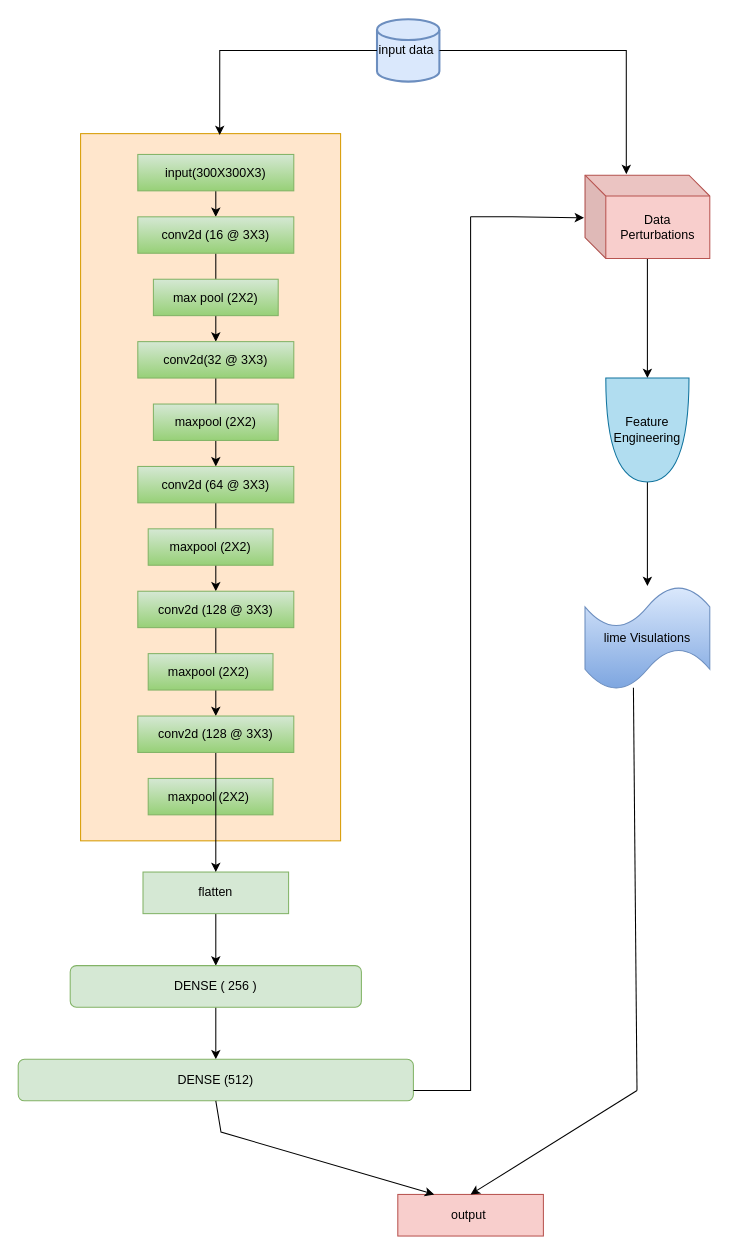
Earlier version of the draw.io diagram Untitled Diagram.drawio (gopivarri-369y/pneumonia-detection-using-CNN-and-explainable-ai). Source tidied: cells renumbered, new cells numbered last; positions are measured from the earlier drawing's top-left corner, leaving out a move shared by most shapes. Both pictures are drawn from the tidied source at 104%, with x=0, y=0 at pixel (18, 19).
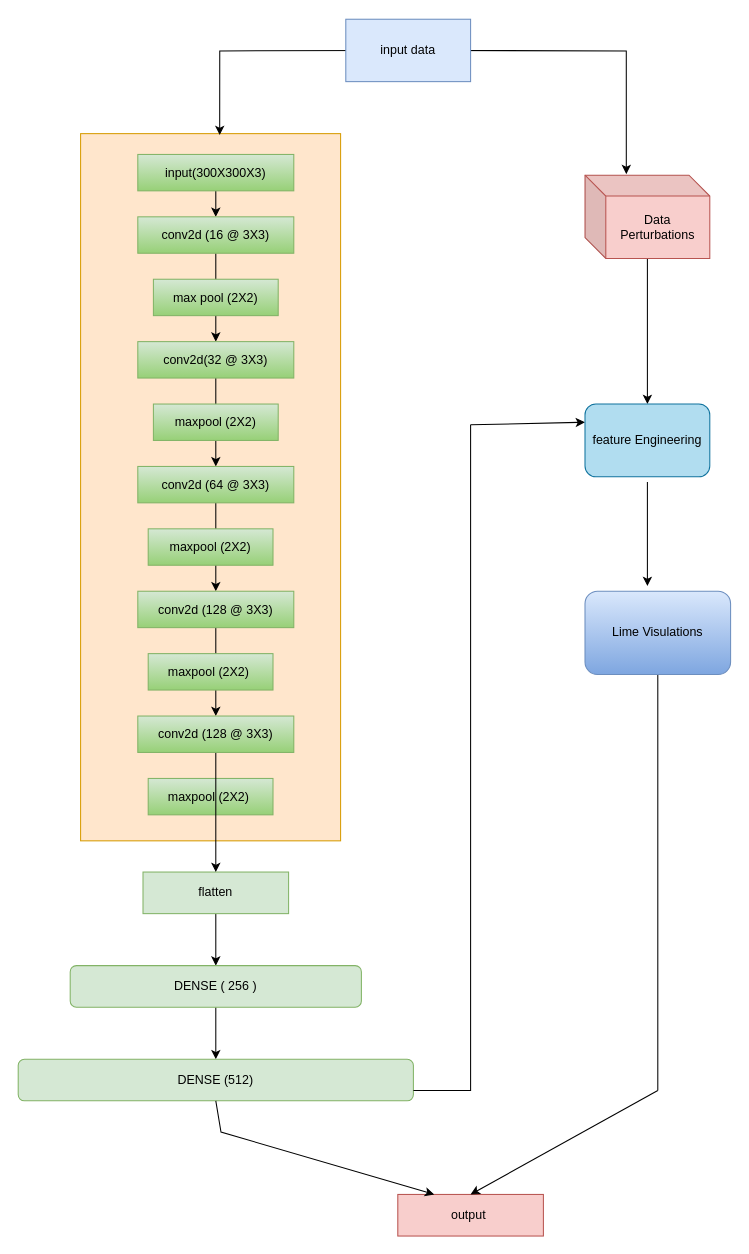
The same diagram, later.

The change refers to these unchanged cells:
```xml
<mxCell id="2" style="rounded=0;whiteSpace=wrap;html=1;fillColor=#ffe6cc;strokeColor=#d79b00;" parent="1" vertex="1">
  <mxGeometry x="60" y="110" width="250" height="680" as="geometry" />
</mxCell>
<mxCell id="23" value="output&amp;nbsp;" style="rounded=0;whiteSpace=wrap;html=1;fillColor=#f8cecc;strokeColor=#b85450;" parent="1" vertex="1">
  <mxGeometry x="365" y="1130" width="140" height="40" as="geometry" />
</mxCell>
<mxCell id="27" value="Data Perturbations" style="shape=cube;whiteSpace=wrap;html=1;boundedLbl=1;backgroundOutline=1;darkOpacity=0.05;darkOpacity2=0.1;fillColor=#f8cecc;strokeColor=#b85450;" parent="1" vertex="1">
  <mxGeometry x="545" y="150" width="120" height="80" as="geometry" />
</mxCell>
```

What changed in the source:
```diff
@@
-    <mxCell id="26" style="edgeStyle=orthogonalEdgeStyle;rounded=0;jettySize=auto;html=1;" parent="1" edge="1" source="27" target="31">
+    <mxCell id="26" style="edgeStyle=orthogonalEdgeStyle;rounded=0;jettySize=auto;html=1;entryX=0.5;entryY=0;entryDx=0;entryDy=0;" parent="1" edge="1" source="27" target="39">
       <mxGeometry relative="1" as="geometry" />
     </mxCell>
@@
-    <mxCell id="28" value="input data&amp;nbsp;" style="strokeWidth=2;html=1;shape=mxgraph.flowchart.database;whiteSpace=wrap;fillColor=#dae8fc;strokeColor=#6c8ebf;" parent="1" vertex="1">
-      <mxGeometry x="345" width="60" height="60" as="geometry" />
-    </mxCell>
-    <mxCell id="29" style="edgeStyle=orthogonalEdgeStyle;rounded=0;jettySize=auto;html=1;exitX=0;exitY=0.5;exitDx=0;exitDy=0;exitPerimeter=0;entryX=0.535;entryY=0.002;entryDx=0;entryDy=0;entryPerimeter=0;" parent="1" edge="1" source="28" target="2">
-      <mxGeometry relative="1" as="geometry" />
+    <mxCell id="29" style="edgeStyle=orthogonalEdgeStyle;rounded=0;jettySize=auto;html=1;exitX=0;exitY=0.5;exitDx=0;exitDy=0;exitPerimeter=0;entryX=0.535;entryY=0.002;entryDx=0;entryDy=0;entryPerimeter=0;" parent="1" edge="1" target="2">
+      <mxGeometry relative="1" as="geometry">
+        <mxPoint x="345" y="30" as="sourcePoint" />
+      </mxGeometry>
     </mxCell>
-    <mxCell id="30" style="edgeStyle=orthogonalEdgeStyle;rounded=0;jettySize=auto;html=1;" parent="1" edge="1" source="31" target="32">
-      <mxGeometry relative="1" as="geometry" />
+    <mxCell id="30" style="edgeStyle=orthogonalEdgeStyle;rounded=0;orthogonalLoop=1;jettySize=auto;html=1;" parent="1" edge="1">
+      <mxGeometry relative="1" as="geometry">
+        <mxPoint x="605" y="445" as="sourcePoint" />
+        <mxPoint x="605" y="545" as="targetPoint" />
+      </mxGeometry>
     </mxCell>
-    <mxCell id="31" value="Feature Engineering" style="shape=or;whiteSpace=wrap;html=1;fillColor=#b1ddf0;strokeColor=#10739e;direction=south;" parent="1" vertex="1">
-      <mxGeometry x="565" y="345" width="80" height="100" as="geometry" />
-    </mxCell>
-    <mxCell id="32" value="lime Visulations" style="shape=tape;whiteSpace=wrap;html=1;fillColor=#dae8fc;gradientColor=#7ea6e0;strokeColor=#6c8ebf;" parent="1" vertex="1">
-      <mxGeometry x="545" y="545" width="120" height="100" as="geometry" />
-    </mxCell>
-    <mxCell id="33" style="edgeStyle=orthogonalEdgeStyle;rounded=0;jettySize=auto;html=1;exitX=1;exitY=0.5;exitDx=0;exitDy=0;exitPerimeter=0;entryX=0.331;entryY=-0.013;entryDx=0;entryDy=0;entryPerimeter=0;" parent="1" edge="1" source="28" target="27">
-      <mxGeometry relative="1" as="geometry" />
+    <mxCell id="33" style="edgeStyle=orthogonalEdgeStyle;rounded=0;jettySize=auto;html=1;exitX=1;exitY=0.5;exitDx=0;exitDy=0;exitPerimeter=0;entryX=0.331;entryY=-0.013;entryDx=0;entryDy=0;entryPerimeter=0;" parent="1" edge="1" target="27">
+      <mxGeometry relative="1" as="geometry">
+        <mxPoint x="405" y="30" as="sourcePoint" />
+      </mxGeometry>
     </mxCell>
     <mxCell id="34" style="endArrow=none;html=1;rounded=0;" parent="1" edge="1">
       <mxGeometry relative="1" as="geometry">
         <mxPoint x="380" y="1030" as="sourcePoint" />
-        <mxPoint x="435" y="190" as="targetPoint" />
+        <mxPoint x="435" y="390" as="targetPoint" />
         <Array as="points">
           <mxPoint x="435" y="1030" />
         </Array>
       </mxGeometry>
     </mxCell>
-    <mxCell id="35" style="endArrow=classic;html=1;rounded=0;entryX=-0.008;entryY=0.511;entryDx=0;entryDy=0;entryPerimeter=0;" parent="1" edge="1" target="27">
+    <mxCell id="35" style="endArrow=classic;html=1;rounded=0;entryX=0;entryY=0.25;entryDx=0;entryDy=0;" parent="1" edge="1" target="39">
       <mxGeometry relative="1" as="geometry">
-        <mxPoint x="435" y="190" as="sourcePoint" />
-        <Array as="points">
-          <mxPoint x="475" y="190" />
-        </Array>
+        <mxPoint x="435" y="390" as="sourcePoint" />
       </mxGeometry>
     </mxCell>
@@
-    <mxCell id="37" style="endArrow=none;html=1;rounded=0;entryX=0.388;entryY=0.979;entryDx=0;entryDy=0;entryPerimeter=0;" parent="1" edge="1" target="32">
+    <mxCell id="37" style="endArrow=none;html=1;rounded=0;entryX=0.5;entryY=1;entryDx=0;entryDy=0;" parent="1" edge="1" target="40">
       <mxGeometry relative="1" as="geometry">
-        <mxPoint x="595" y="1030" as="sourcePoint" />
+        <mxPoint x="615" y="1030" as="sourcePoint" />
+        <Array as="points">
+          <mxPoint x="615" y="690" />
+        </Array>
       </mxGeometry>
     </mxCell>
     <mxCell id="38" style="endArrow=classic;html=1;rounded=0;entryX=0.5;entryY=0;entryDx=0;entryDy=0;" parent="1" edge="1" target="23">
       <mxGeometry relative="1" as="geometry">
-        <mxPoint x="595" y="1030" as="sourcePoint" />
+        <mxPoint x="615" y="1030" as="sourcePoint" />
       </mxGeometry>
     </mxCell>
+    <mxCell id="28" value="input data" style="rounded=0;whiteSpace=wrap;html=1;fillColor=#dae8fc;strokeColor=#6c8ebf;" parent="1" vertex="1">
+      <mxGeometry x="315" width="120" height="60" as="geometry" />
+    </mxCell>
+    <mxCell id="39" value="feature Engineering" style="rounded=1;whiteSpace=wrap;html=1;fillColor=#b1ddf0;strokeColor=#10739e;" parent="1" vertex="1">
+      <mxGeometry x="545" y="370" width="120" height="70" as="geometry" />
+    </mxCell>
+    <mxCell id="40" value="Lime Visulations" style="rounded=1;whiteSpace=wrap;html=1;fillColor=#dae8fc;gradientColor=#7ea6e0;strokeColor=#6c8ebf;" parent="1" vertex="1">
+      <mxGeometry x="545" y="550" width="140" height="80" as="geometry" />
+    </mxCell>
```
